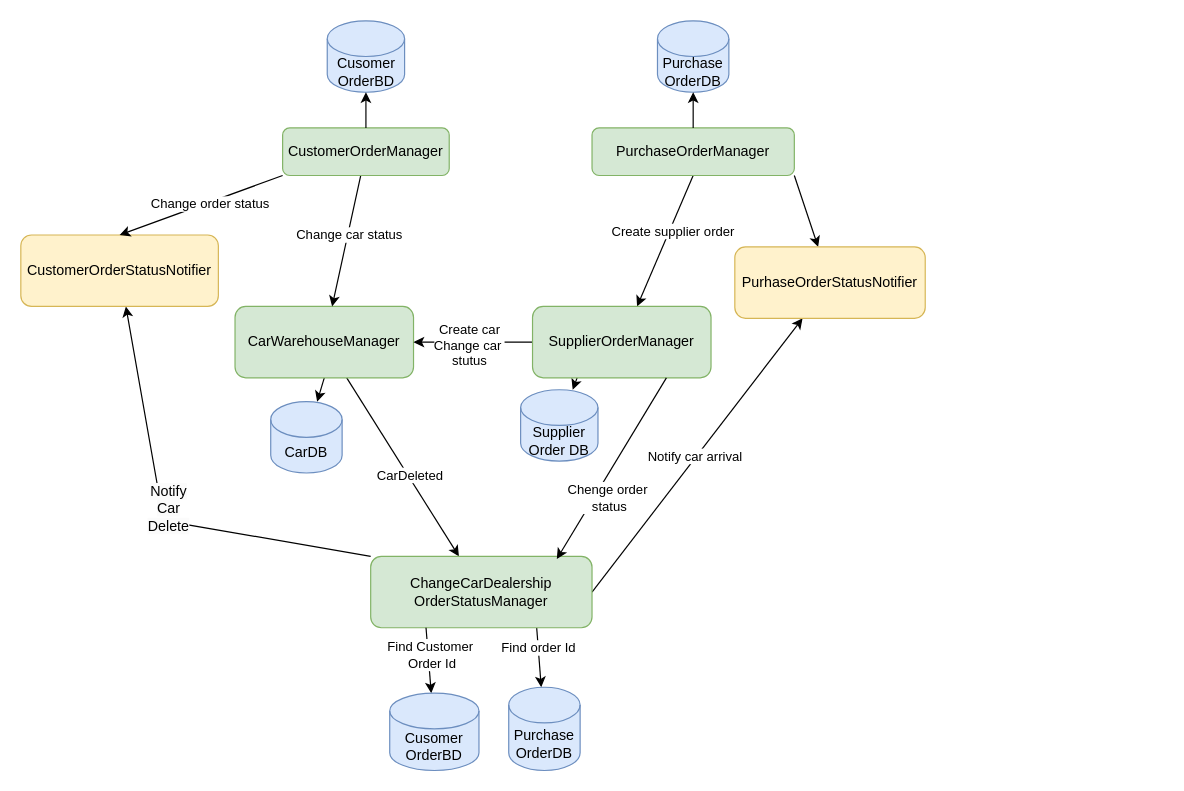
Before: WarehouseManagers.drawio in capit33/CarDealership, a draw.io diagram. Source tidied: cells renumbered, new cells numbered last; positions are measured from the earlier drawing's top-left corner, leaving out a move shared by most shapes. Both pictures are drawn from the tidied source at 119%, with x=0, y=0 at pixel (20, 20).
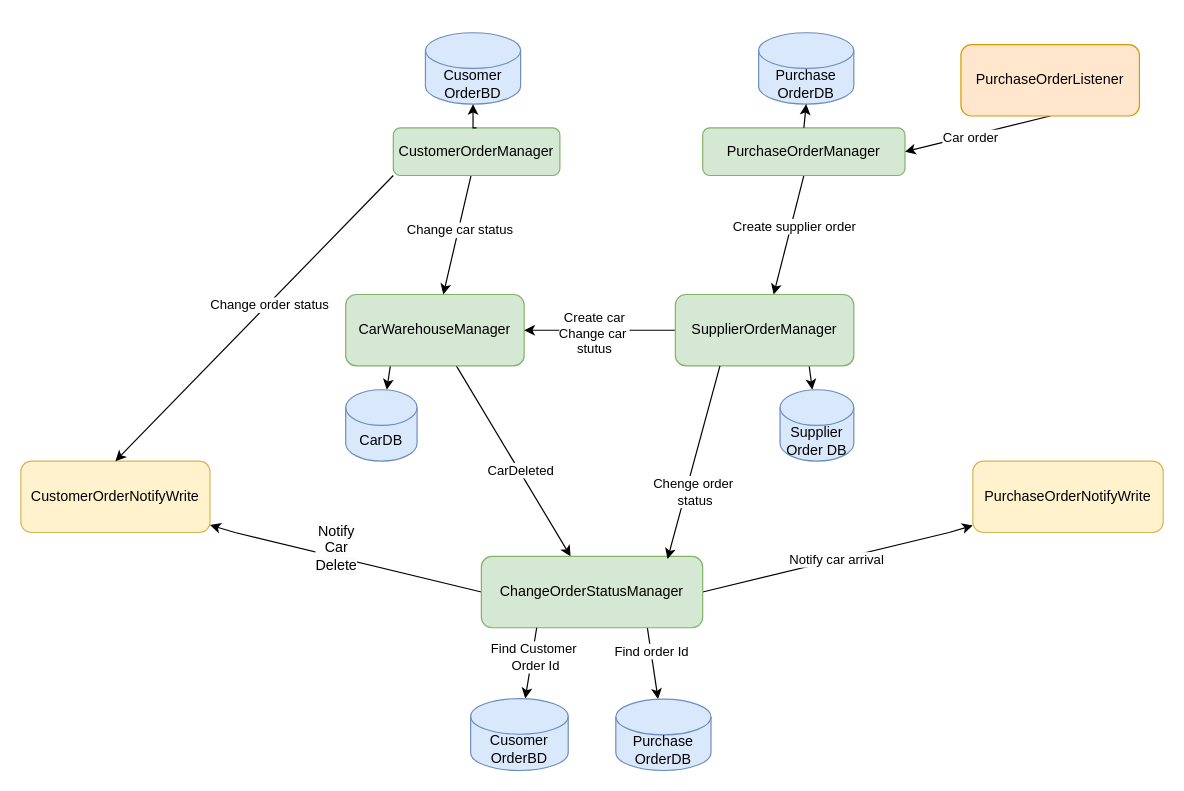
The same diagram, later.

Diff of the diagram source:
```diff
@@
-    <mxCell id="2" style="rounded=0;jettySize=auto;html=1;exitX=0.5;exitY=1;exitDx=0;exitDy=0;" parent="1" edge="1" source="5" target="6">
+    <mxCell id="2" style="rounded=0;jettySize=auto;html=1;exitX=0.25;exitY=1;exitDx=0;exitDy=0;" parent="1" edge="1" source="5" target="6">
       <mxGeometry relative="1" as="geometry" />
     </mxCell>
@@
     <mxCell id="5" value="CarWarehouseManager" style="rounded=1;whiteSpace=wrap;html=1;fillColor=#d5e8d4;strokeColor=#82b366;" parent="1" vertex="1">
-      <mxGeometry x="180" y="240" width="150" height="60" as="geometry" />
+      <mxGeometry x="273" y="230" width="150" height="60" as="geometry" />
     </mxCell>
     <mxCell id="6" value="CarDB" style="shape=cylinder3;whiteSpace=wrap;html=1;boundedLbl=1;backgroundOutline=1;size=15;fillColor=#dae8fc;strokeColor=#6c8ebf;" parent="1" vertex="1">
-      <mxGeometry x="210" y="320" width="60" height="60" as="geometry" />
+      <mxGeometry x="273" y="310" width="60" height="60" as="geometry" />
     </mxCell>
-    <mxCell id="7" style="rounded=0;jettySize=auto;html=1;exitX=0;exitY=0;exitDx=0;exitDy=0;" parent="1" edge="1" source="13" target="16">
+    <mxCell id="7" style="rounded=0;jettySize=auto;html=1;exitX=0;exitY=0.5;exitDx=0;exitDy=0;" parent="1" edge="1" source="13" target="16">
       <mxGeometry relative="1" as="geometry">
         <Array as="points">
-          <mxPoint x="120" y="420" />
+          <mxPoint x="180" y="430" />
         </Array>
       </mxGeometry>
     </mxCell>
     <mxCell id="8" value="&lt;span style=&quot;font-size: 12px; text-wrap: wrap; background-color: rgb(251, 251, 251);&quot;&gt;Notify Car Delete&lt;/span&gt;" style="edgeLabel;html=1;align=center;verticalAlign=middle;" parent="7" vertex="1">
       <mxGeometry x="-0.14" y="-1" relative="1" as="geometry">
-        <mxPoint x="-18" y="-13" as="offset" />
+        <mxPoint x="-25" y="-13" as="offset" />
       </mxGeometry>
     </mxCell>
@@
     <mxCell id="11" style="rounded=0;jettySize=auto;html=1;exitX=1;exitY=0.5;exitDx=0;exitDy=0;" parent="1" edge="1" source="13" target="31">
-      <mxGeometry relative="1" as="geometry" />
+      <mxGeometry relative="1" as="geometry">
+        <Array as="points">
+          <mxPoint x="780" y="430" />
+        </Array>
+      </mxGeometry>
     </mxCell>
@@
-    <mxCell id="13" value="ChangeCarDealership&lt;div&gt;OrderStatusManager&lt;/div&gt;" style="rounded=1;whiteSpace=wrap;html=1;fillColor=#d5e8d4;strokeColor=#82b366;" parent="1" vertex="1">
-      <mxGeometry x="294" y="450" width="186" height="60" as="geometry" />
+    <mxCell id="13" value="Change&lt;span style=&quot;background-color: initial;&quot;&gt;OrderStatusManager&lt;/span&gt;" style="rounded=1;whiteSpace=wrap;html=1;fillColor=#d5e8d4;strokeColor=#82b366;" parent="1" vertex="1">
+      <mxGeometry x="387" y="450" width="186" height="60" as="geometry" />
     </mxCell>
@@
-    <mxCell id="16" value="CustomerOrderStatusNotifier" style="rounded=1;whiteSpace=wrap;html=1;fillColor=#fff2cc;strokeColor=#d6b656;" parent="1" vertex="1">
-      <mxGeometry y="180" width="166" height="60" as="geometry" />
+    <mxCell id="16" value="CustomerOrderNotifyWrite" style="rounded=1;whiteSpace=wrap;html=1;fillColor=#fff2cc;strokeColor=#d6b656;" parent="1" vertex="1">
+      <mxGeometry y="370" width="159" height="60" as="geometry" />
     </mxCell>
     <mxCell id="17" value="Cusomer&lt;div&gt;OrderBD&lt;/div&gt;" style="shape=cylinder3;whiteSpace=wrap;html=1;boundedLbl=1;backgroundOutline=1;size=15;fillColor=#dae8fc;strokeColor=#6c8ebf;" parent="1" vertex="1">
-      <mxGeometry x="310" y="565" width="75" height="65" as="geometry" />
+      <mxGeometry x="378" y="569.5" width="82" height="60.5" as="geometry" />
     </mxCell>
@@
     <mxCell id="22" value="CustomerOrderManager" style="rounded=1;whiteSpace=wrap;html=1;fillColor=#d5e8d4;strokeColor=#82b366;" parent="1" vertex="1">
-      <mxGeometry x="220" y="90" width="140" height="40" as="geometry" />
+      <mxGeometry x="313" y="90" width="140" height="40" as="geometry" />
     </mxCell>
     <mxCell id="23" value="Cusomer&lt;div&gt;OrderBD&lt;/div&gt;" style="shape=cylinder3;whiteSpace=wrap;html=1;boundedLbl=1;backgroundOutline=1;size=15;fillColor=#dae8fc;strokeColor=#6c8ebf;" parent="1" vertex="1">
-      <mxGeometry x="257.5" width="65" height="60" as="geometry" />
+      <mxGeometry x="340" y="10" width="80" height="60" as="geometry" />
     </mxCell>
-    <mxCell id="24" style="rounded=0;jettySize=auto;html=1;exitX=1;exitY=1;exitDx=0;exitDy=0;" parent="1" edge="1" source="27" target="31">
-      <mxGeometry relative="1" as="geometry" />
-    </mxCell>
@@
     <mxCell id="27" value="PurchaseOrderManager" style="rounded=1;whiteSpace=wrap;html=1;fillColor=#d5e8d4;strokeColor=#82b366;" parent="1" vertex="1">
-      <mxGeometry x="480" y="90" width="170" height="40" as="geometry" />
+      <mxGeometry x="573" y="90" width="170" height="40" as="geometry" />
     </mxCell>
     <mxCell id="28" value="Purchase&lt;div&gt;OrderDB&lt;/div&gt;" style="shape=cylinder3;whiteSpace=wrap;html=1;boundedLbl=1;backgroundOutline=1;size=15;fillColor=#dae8fc;strokeColor=#6c8ebf;" parent="1" vertex="1">
-      <mxGeometry x="535" width="60" height="60" as="geometry" />
+      <mxGeometry x="620" y="10" width="80" height="60" as="geometry" />
     </mxCell>
@@
-    <mxCell id="31" value="PurhaseOrderStatusNotifier" style="rounded=1;whiteSpace=wrap;html=1;fillColor=#fff2cc;strokeColor=#d6b656;" parent="1" vertex="1">
-      <mxGeometry x="600" y="190" width="160" height="60" as="geometry" />
+    <mxCell id="31" value="PurchaseOrderNotifyWrite" style="rounded=1;whiteSpace=wrap;html=1;fillColor=#fff2cc;strokeColor=#d6b656;" parent="1" vertex="1">
+      <mxGeometry x="800" y="370" width="160" height="60" as="geometry" />
     </mxCell>
-    <mxCell id="32" style="rounded=0;jettySize=auto;html=1;exitX=0.25;exitY=1;exitDx=0;exitDy=0;" parent="1" edge="1" source="35" target="36">
+    <mxCell id="32" style="rounded=0;jettySize=auto;html=1;exitX=0.75;exitY=1;exitDx=0;exitDy=0;" parent="1" edge="1" source="35" target="36">
       <mxGeometry relative="1" as="geometry" />
     </mxCell>
@@
     <mxCell id="35" value="SupplierOrderManager" style="rounded=1;whiteSpace=wrap;html=1;fillColor=#d5e8d4;strokeColor=#82b366;" parent="1" vertex="1">
-      <mxGeometry x="430" y="240" width="150" height="60" as="geometry" />
+      <mxGeometry x="550" y="230" width="150" height="60" as="geometry" />
     </mxCell>
     <mxCell id="36" value="Supplier Order DB" style="shape=cylinder3;whiteSpace=wrap;html=1;boundedLbl=1;backgroundOutline=1;size=15;fillColor=#dae8fc;strokeColor=#6c8ebf;" parent="1" vertex="1">
-      <mxGeometry x="420" y="310" width="65" height="60" as="geometry" />
+      <mxGeometry x="638" y="310" width="62" height="60" as="geometry" />
     </mxCell>
     <mxCell id="37" value="Purchase&lt;div&gt;OrderDB&lt;/div&gt;" style="shape=cylinder3;whiteSpace=wrap;html=1;boundedLbl=1;backgroundOutline=1;size=15;fillColor=#dae8fc;strokeColor=#6c8ebf;" parent="1" vertex="1">
-      <mxGeometry x="410" y="560" width="60" height="70" as="geometry" />
+      <mxGeometry x="500" y="570" width="80" height="60" as="geometry" />
     </mxCell>
-    <mxCell id="38" style="rounded=0;jettySize=auto;html=1;exitX=0.75;exitY=1;exitDx=0;exitDy=0;entryX=0.841;entryY=0.037;entryDx=0;entryDy=0;entryPerimeter=0;" parent="1" edge="1" source="35" target="13">
+    <mxCell id="38" style="rounded=0;jettySize=auto;html=1;exitX=0.25;exitY=1;exitDx=0;exitDy=0;entryX=0.841;entryY=0.037;entryDx=0;entryDy=0;entryPerimeter=0;" parent="1" edge="1" source="35" target="13">
       <mxGeometry relative="1" as="geometry" />
     </mxCell>
@@
+    <mxCell id="40" style="rounded=0;jettySize=auto;html=1;exitX=0.5;exitY=1;exitDx=0;exitDy=0;entryX=1;entryY=0.5;entryDx=0;entryDy=0;" parent="1" edge="1" source="42" target="27">
+      <mxGeometry relative="1" as="geometry" />
+    </mxCell>
+    <mxCell id="41" value="Car order" style="edgeLabel;html=1;align=center;verticalAlign=middle;" parent="40" vertex="1">
+      <mxGeometry x="0.11" y="1" relative="1" as="geometry" />
+    </mxCell>
+    <mxCell id="42" value="PurchaseOrderListener" style="rounded=1;whiteSpace=wrap;html=1;fillColor=#ffe6cc;strokeColor=#d79b00;" parent="1" vertex="1">
+      <mxGeometry x="790" y="20" width="150" height="60" as="geometry" />
+    </mxCell>
```
